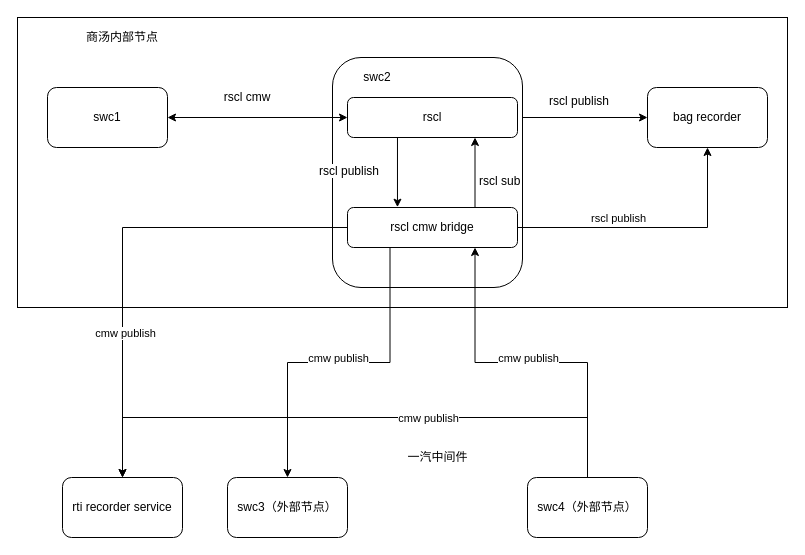
The draw.io diagram cmw接入.drawio in edxuanlen/drawio, before the edit. Source tidied: cells renumbered, new cells numbered last; positions are measured from the earlier drawing's top-left corner, leaving out a move shared by most shapes. Both pictures are drawn from the tidied source at 100%, with x=0, y=0 at pixel (17, 17).
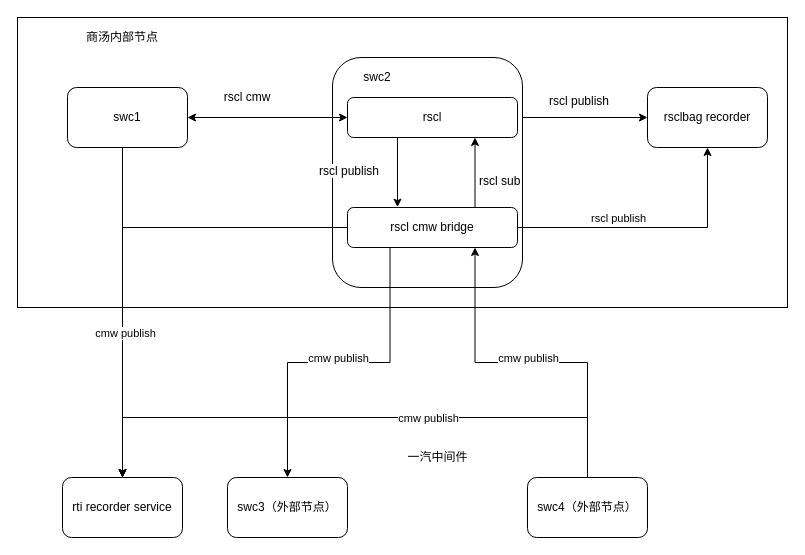
The same diagram, later.

Unchanged cells that the change refers to:
```xml
<mxCell id="21" value="rscl cmw bridge" style="rounded=1;whiteSpace=wrap;html=1;" parent="1" vertex="1">
  <mxGeometry x="330" y="190" width="170" height="40" as="geometry" />
</mxCell>
<mxCell id="25" value="rti recorder service" style="rounded=1;whiteSpace=wrap;html=1;" parent="1" vertex="1">
  <mxGeometry x="45" y="460" width="120" height="60" as="geometry" />
</mxCell>
```

The edit, as a diff of the source:
```diff
@@
+    <mxCell id="32" style="edgeStyle=orthogonalEdgeStyle;rounded=0;jettySize=auto;html=1;exitX=0.5;exitY=1;exitDx=0;exitDy=0;entryX=0.5;entryY=0;entryDx=0;entryDy=0;" parent="1" edge="1" source="3" target="25">
+      <mxGeometry relative="1" as="geometry">
+        <Array as="points">
+          <mxPoint x="105" y="130" />
+        </Array>
+      </mxGeometry>
+    </mxCell>
     <mxCell id="3" value="swc1" style="rounded=1;whiteSpace=wrap;html=1;" parent="1" vertex="1">
-      <mxGeometry x="30" y="70" width="120" height="60" as="geometry" />
+      <mxGeometry x="50" y="70" width="120" height="60" as="geometry" />
     </mxCell>
@@
-    <mxCell id="8" value="bag recorder" style="rounded=1;whiteSpace=wrap;html=1;" parent="1" vertex="1">
+    <mxCell id="8" value="rsclbag recorder" style="rounded=1;whiteSpace=wrap;html=1;" parent="1" vertex="1">
       <mxGeometry x="630" y="70" width="120" height="60" as="geometry" />
     </mxCell>
@@
     <mxCell id="16" style="edgeStyle=orthogonalEdgeStyle;rounded=0;jettySize=auto;html=1;entryX=0.5;entryY=0;entryDx=0;entryDy=0;" parent="1" edge="1" source="21" target="25">
-      <mxGeometry relative="1" as="geometry" />
+      <mxGeometry relative="1" as="geometry">
+        <Array as="points">
+          <mxPoint x="105" y="210" />
+        </Array>
+      </mxGeometry>
     </mxCell>
```
